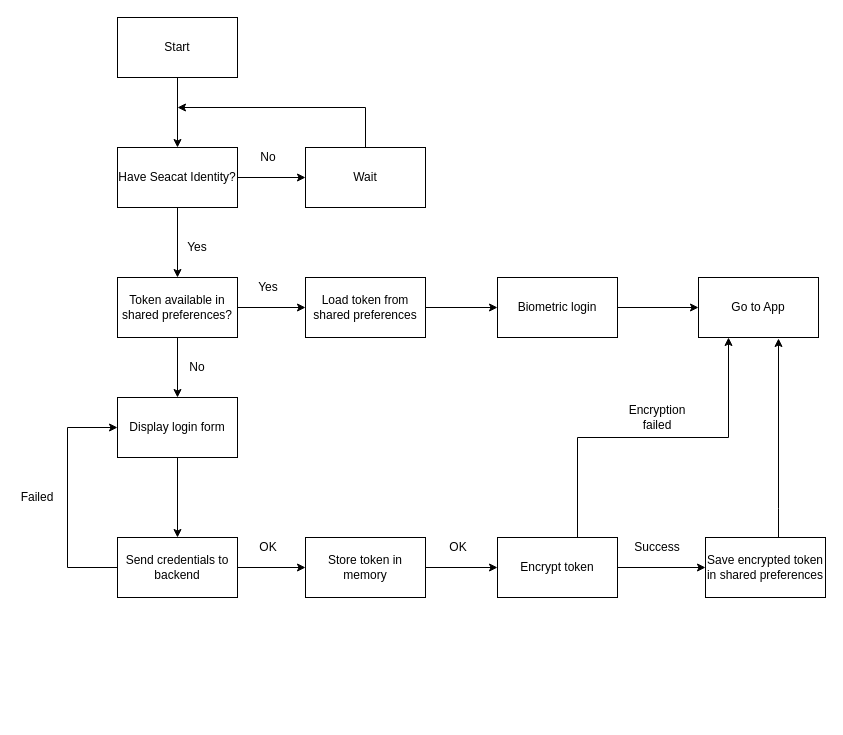
Earlier version of the draw.io diagram misc/zScanner login flow - editable.drawio (ikem-cz/zscanner-android). Source tidied: cells renumbered, new cells numbered last; positions are measured from the earlier drawing's top-left corner, leaving out a move shared by most shapes. Both pictures are drawn from the tidied source at 100%, with x=0, y=0 at pixel (17, 17).
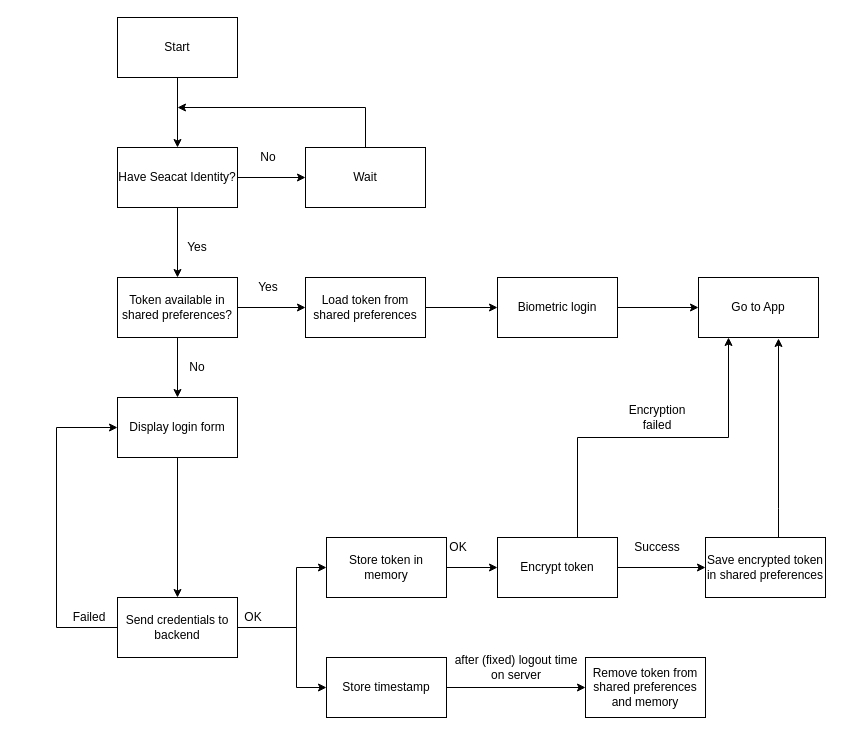
Above is the later version.

Commit message (it also covers changes not shown here):
Create an alarm and send an intent to logout after specified time

Unchanged cells that the change refers to:
```xml
<mxCell id="17" value="Display login form" style="rounded=0;whiteSpace=wrap;html=1;" parent="1" vertex="1">
  <mxGeometry x="100" y="380" width="120" height="60" as="geometry" />
</mxCell>
```

Change to the diagram source:
```diff
@@
     <mxCell id="18" style="edgeStyle=orthogonalEdgeStyle;rounded=0;jettySize=auto;html=1;exitX=0;exitY=0.5;exitDx=0;exitDy=0;entryX=0;entryY=0.5;entryDx=0;entryDy=0;" parent="1" edge="1" source="20" target="17">
       <mxGeometry relative="1" as="geometry">
         <Array as="points">
-          <mxPoint x="50" y="550" />
-          <mxPoint x="50" y="410" />
+          <mxPoint x="39" y="610" />
+          <mxPoint x="39" y="410" />
         </Array>
       </mxGeometry>
     </mxCell>
     <mxCell id="19" style="edgeStyle=orthogonalEdgeStyle;rounded=0;jettySize=auto;html=1;" parent="1" edge="1" source="20" target="22">
-      <mxGeometry relative="1" as="geometry" />
+      <mxGeometry relative="1" as="geometry">
+        <Array as="points">
+          <mxPoint x="279" y="610" />
+          <mxPoint x="279" y="550" />
+        </Array>
+      </mxGeometry>
     </mxCell>
+    <mxCell id="38" style="edgeStyle=orthogonalEdgeStyle;rounded=0;jettySize=auto;html=1;exitX=1;exitY=0.5;exitDx=0;exitDy=0;entryX=0;entryY=0.5;entryDx=0;entryDy=0;" parent="1" edge="1" source="20" target="40">
+      <mxGeometry relative="1" as="geometry">
+        <Array as="points">
+          <mxPoint x="279" y="610" />
+          <mxPoint x="279" y="670" />
+        </Array>
+      </mxGeometry>
+    </mxCell>
     <mxCell id="20" value="Send credentials to backend" style="rounded=0;whiteSpace=wrap;html=1;" parent="1" vertex="1">
-      <mxGeometry x="100" y="520" width="120" height="60" as="geometry" />
+      <mxGeometry x="100" y="580" width="120" height="60" as="geometry" />
     </mxCell>
@@
     <mxCell id="22" value="Store token in memory" style="rounded=0;whiteSpace=wrap;html=1;" parent="1" vertex="1">
-      <mxGeometry x="288" y="520" width="120" height="60" as="geometry" />
+      <mxGeometry x="309" y="520" width="120" height="60" as="geometry" />
     </mxCell>
@@
     <mxCell id="31" value="Failed" style="text;html=1;strokeColor=none;fillColor=none;align=center;verticalAlign=middle;whiteSpace=wrap;rounded=0;" parent="1" vertex="1">
-      <mxGeometry y="470" width="40" height="20" as="geometry" />
+      <mxGeometry x="52" y="590" width="40" height="20" as="geometry" />
     </mxCell>
     <mxCell id="32" value="OK" style="text;html=1;strokeColor=none;fillColor=none;align=center;verticalAlign=middle;whiteSpace=wrap;rounded=0;" parent="1" vertex="1">
-      <mxGeometry x="231" y="520" width="40" height="20" as="geometry" />
+      <mxGeometry x="216" y="590" width="40" height="20" as="geometry" />
     </mxCell>
@@
+    <mxCell id="39" style="edgeStyle=orthogonalEdgeStyle;rounded=0;jettySize=auto;html=1;" parent="1" edge="1" source="40" target="41">
+      <mxGeometry relative="1" as="geometry" />
+    </mxCell>
+    <mxCell id="40" value="Store timestamp" style="rounded=0;whiteSpace=wrap;html=1;" parent="1" vertex="1">
+      <mxGeometry x="309" y="640" width="120" height="60" as="geometry" />
+    </mxCell>
+    <mxCell id="41" value="Remove token from shared preferences and memory" style="rounded=0;whiteSpace=wrap;html=1;" parent="1" vertex="1">
+      <mxGeometry x="568" y="640" width="120" height="60" as="geometry" />
+    </mxCell>
+    <mxCell id="42" value="after (fixed) logout time on server" style="text;html=1;strokeColor=none;fillColor=none;align=center;verticalAlign=middle;whiteSpace=wrap;rounded=0;" parent="1" vertex="1">
+      <mxGeometry x="429" y="640" width="140" height="20" as="geometry" />
+    </mxCell>
```
